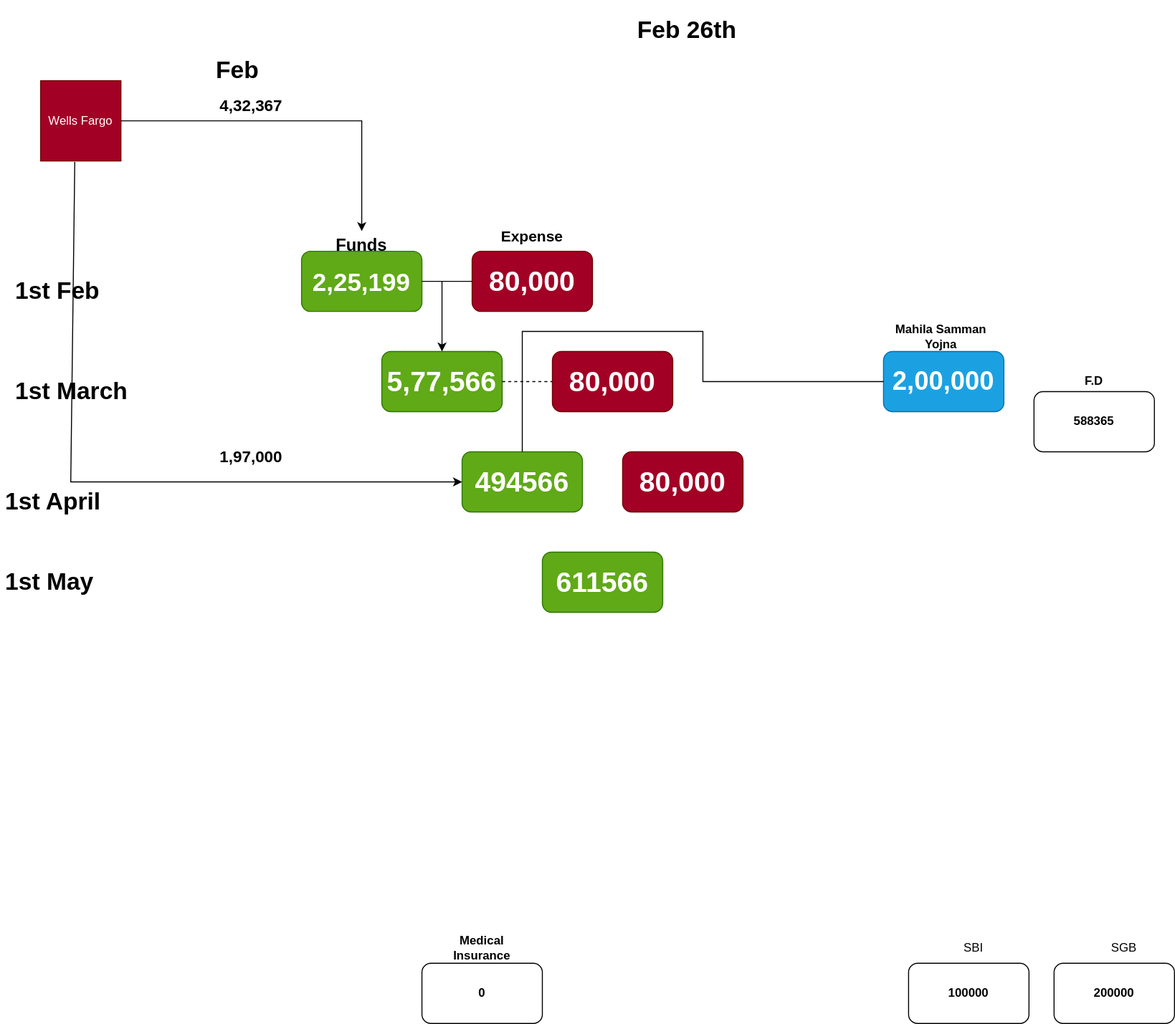
This is Investments.drawio.svg from uchiharizvi/design-diagrams, a draw.io export, as it was before one commit. Source tidied: cells renumbered, new cells last; positions are measured from the earlier drawing's top-left corner, leaving out a move shared by most shapes.
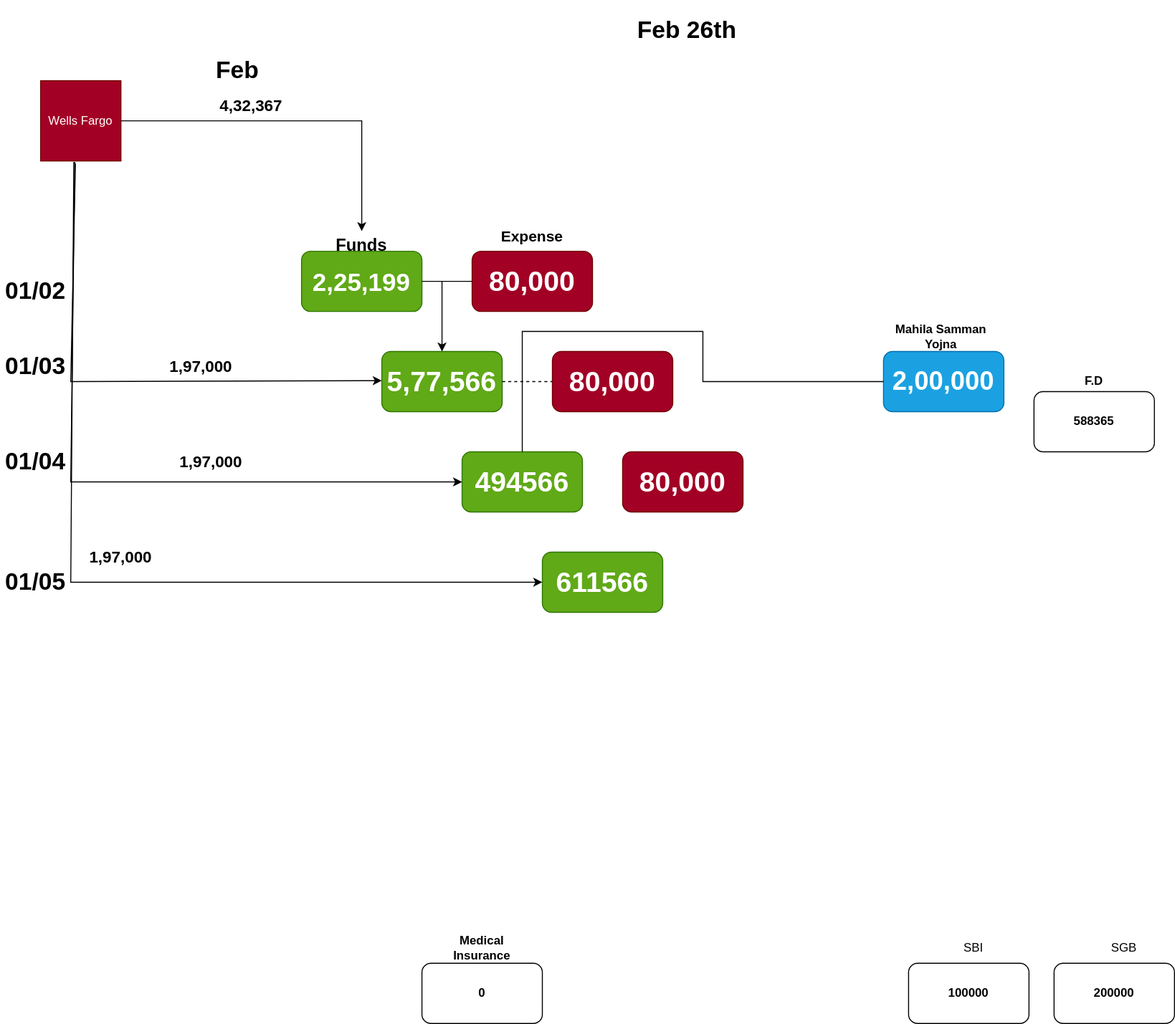
The same file after the commit.

What changed in the source:
```diff
@@ -66,14 +66,14 @@
     <mxCell id="21" value="&lt;font style=&quot;font-size: 28px;&quot;&gt;5,77,566&lt;/font&gt;" style="rounded=1;whiteSpace=wrap;html=1;fontStyle=1;fillColor=#60a917;fontColor=#ffffff;strokeColor=#2D7600;" parent="1" vertex="1">
       <mxGeometry x="380" y="340" width="120" height="60" as="geometry" />
     </mxCell>
-    <mxCell id="22" value="&lt;h1&gt;1st March&lt;/h1&gt;" style="text;html=1;spacing=5;spacingTop=-20;whiteSpace=wrap;overflow=hidden;rounded=0;" parent="1" vertex="1">
-      <mxGeometry x="10" y="360" width="190" height="40" as="geometry" />
+    <mxCell id="22" value="&lt;h1&gt;01/03&lt;/h1&gt;" style="text;html=1;spacing=5;spacingTop=-20;whiteSpace=wrap;overflow=hidden;rounded=0;" parent="1" vertex="1">
+      <mxGeometry y="335" width="70" height="40" as="geometry" />
     </mxCell>
     <mxCell id="23" value="&lt;h1&gt;Feb&lt;/h1&gt;" style="text;html=1;spacing=5;spacingTop=-20;whiteSpace=wrap;overflow=hidden;rounded=0;" parent="1" vertex="1">
       <mxGeometry x="210" y="40" width="190" height="40" as="geometry" />
     </mxCell>
-    <mxCell id="24" value="&lt;h1&gt;1st Feb&lt;/h1&gt;" style="text;html=1;spacing=5;spacingTop=-20;whiteSpace=wrap;overflow=hidden;rounded=0;" parent="1" vertex="1">
-      <mxGeometry x="10" y="260" width="190" height="40" as="geometry" />
+    <mxCell id="24" value="&lt;h1&gt;01/02&lt;/h1&gt;" style="text;html=1;spacing=5;spacingTop=-20;whiteSpace=wrap;overflow=hidden;rounded=0;" parent="1" vertex="1">
+      <mxGeometry y="260" width="70" height="40" as="geometry" />
     </mxCell>
     <mxCell id="25" style="endArrow=classic;html=1;rounded=0;entryX=0.5;entryY=0;entryDx=0;entryDy=0;" parent="1" edge="1" target="21">
       <mxGeometry relative="1" as="geometry">
@@ -94,10 +94,10 @@
       </mxGeometry>
     </mxCell>
     <mxCell id="29" value="&lt;font style=&quot;font-size: 16px;&quot;&gt;1,97,000&lt;/font&gt;" style="text;html=1;align=center;verticalAlign=middle;whiteSpace=wrap;rounded=0;fontStyle=1;" parent="1" vertex="1">
-      <mxGeometry x="220" y="430" width="60" height="30" as="geometry" />
+      <mxGeometry x="180" y="435" width="60" height="30" as="geometry" />
     </mxCell>
-    <mxCell id="30" value="&lt;h1&gt;1st April&lt;/h1&gt;" style="text;html=1;spacing=5;spacingTop=-20;whiteSpace=wrap;overflow=hidden;rounded=0;" parent="1" vertex="1">
-      <mxGeometry y="470" width="110" height="40" as="geometry" />
+    <mxCell id="30" value="&lt;h1&gt;01/04&lt;/h1&gt;" style="text;html=1;spacing=5;spacingTop=-20;whiteSpace=wrap;overflow=hidden;rounded=0;" parent="1" vertex="1">
+      <mxGeometry y="430" width="110" height="40" as="geometry" />
     </mxCell>
     <mxCell id="31" value="&lt;font style=&quot;font-size: 28px;&quot;&gt;80,000&lt;/font&gt;" style="rounded=1;whiteSpace=wrap;html=1;fontStyle=1;fillColor=#a20025;fontColor=#ffffff;strokeColor=#6F0000;" parent="1" vertex="1">
       <mxGeometry x="620" y="440" width="120" height="60" as="geometry" />
@@ -105,7 +105,7 @@
     <mxCell id="32" value="&lt;font style=&quot;font-size: 28px;&quot;&gt;611566&lt;/font&gt;" style="rounded=1;whiteSpace=wrap;html=1;fontStyle=1;fillColor=#60a917;fontColor=#ffffff;strokeColor=#2D7600;" parent="1" vertex="1">
       <mxGeometry x="540" y="540" width="120" height="60" as="geometry" />
     </mxCell>
-    <mxCell id="33" value="&lt;h1&gt;1st May&lt;/h1&gt;" style="text;html=1;spacing=5;spacingTop=-20;whiteSpace=wrap;overflow=hidden;rounded=0;" parent="1" vertex="1">
+    <mxCell id="33" value="&lt;h1&gt;01/05&lt;/h1&gt;" style="text;html=1;spacing=5;spacingTop=-20;whiteSpace=wrap;overflow=hidden;rounded=0;" parent="1" vertex="1">
       <mxGeometry y="550" width="110" height="40" as="geometry" />
     </mxCell>
     <mxCell id="34" style="endArrow=none;dashed=1;html=1;rounded=0;exitX=1;exitY=0.5;exitDx=0;exitDy=0;entryX=0;entryY=0.5;entryDx=0;entryDy=0;" parent="1" edge="1" source="21" target="26">
@@ -127,5 +127,26 @@
         <mxPoint x="520" y="370" as="targetPoint" />
       </mxGeometry>
     </mxCell>
+    <mxCell id="37" style="endArrow=classic;html=1;rounded=0;exitX=0.433;exitY=1.033;exitDx=0;exitDy=0;entryX=0;entryY=0.5;entryDx=0;entryDy=0;exitPerimeter=0;" parent="1" edge="1" source="11">
+      <mxGeometry relative="1" as="geometry">
+        <mxPoint x="380" y="369" as="targetPoint" />
+        <Array as="points">
+          <mxPoint x="70" y="370" />
+        </Array>
+      </mxGeometry>
+    </mxCell>
+    <mxCell id="38" value="&lt;font style=&quot;font-size: 16px;&quot;&gt;1,97,000&lt;/font&gt;" style="text;html=1;align=center;verticalAlign=middle;whiteSpace=wrap;rounded=0;fontStyle=1;" parent="1" vertex="1">
+      <mxGeometry x="170" y="340" width="60" height="30" as="geometry" />
+    </mxCell>
+    <mxCell id="39" style="endArrow=classic;html=1;rounded=0;exitX=0.413;exitY=1.013;exitDx=0;exitDy=0;exitPerimeter=0;entryX=0;entryY=0.5;entryDx=0;entryDy=0;" parent="1" edge="1" source="11" target="32">
+      <mxGeometry relative="1" as="geometry">
+        <Array as="points">
+          <mxPoint x="70" y="570" />
+        </Array>
+      </mxGeometry>
+    </mxCell>
+    <mxCell id="40" value="&lt;font style=&quot;font-size: 16px;&quot;&gt;1,97,000&lt;/font&gt;" style="text;html=1;align=center;verticalAlign=middle;whiteSpace=wrap;rounded=0;fontStyle=1;" parent="1" vertex="1">
+      <mxGeometry x="90" y="530" width="60" height="30" as="geometry" />
+    </mxCell>
   </root>
 </mxGraphModel>
```
